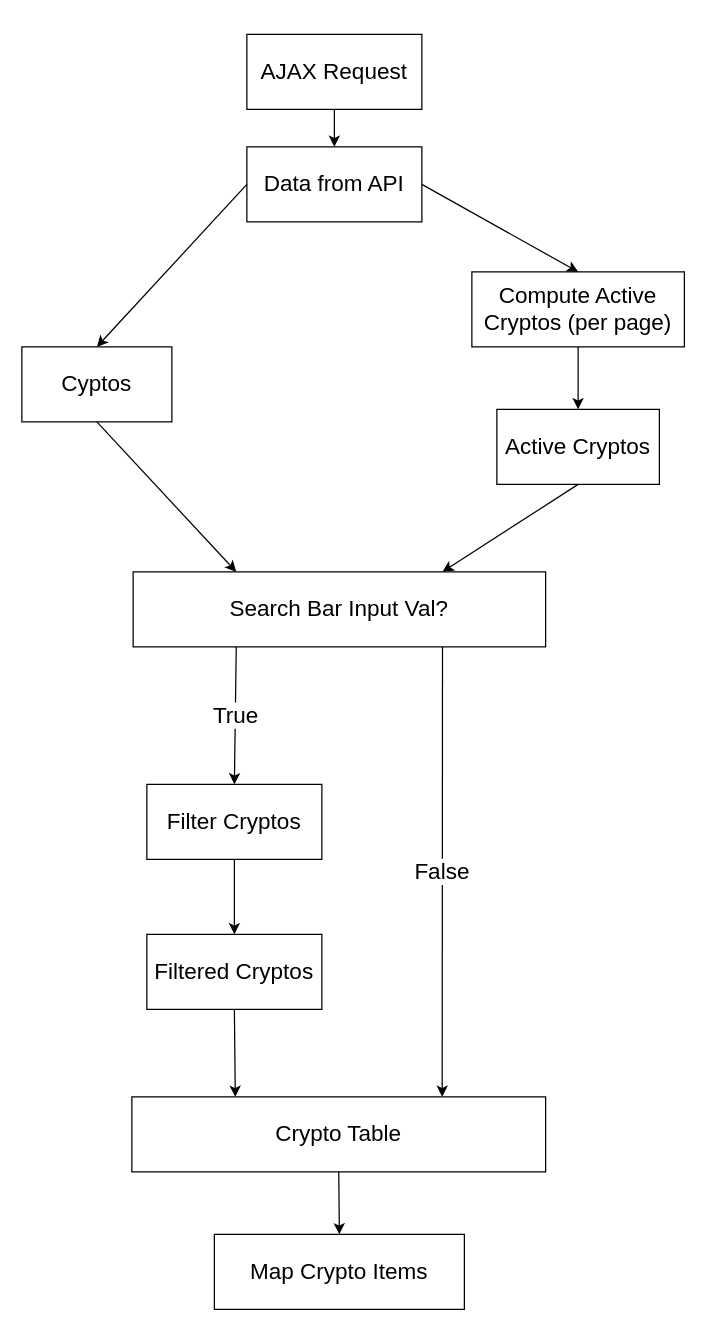
The draw.io diagram src/images/diagrams/api_data_flow.drawio in 0mppula/CoinCaps, before the edit. Source tidied: cells renumbered, new cells numbered last; positions are measured from the earlier drawing's top-left corner, leaving out a move shared by most shapes. Both pictures are drawn from the tidied source at 125%, with x=0, y=0 at pixel (21, 34).
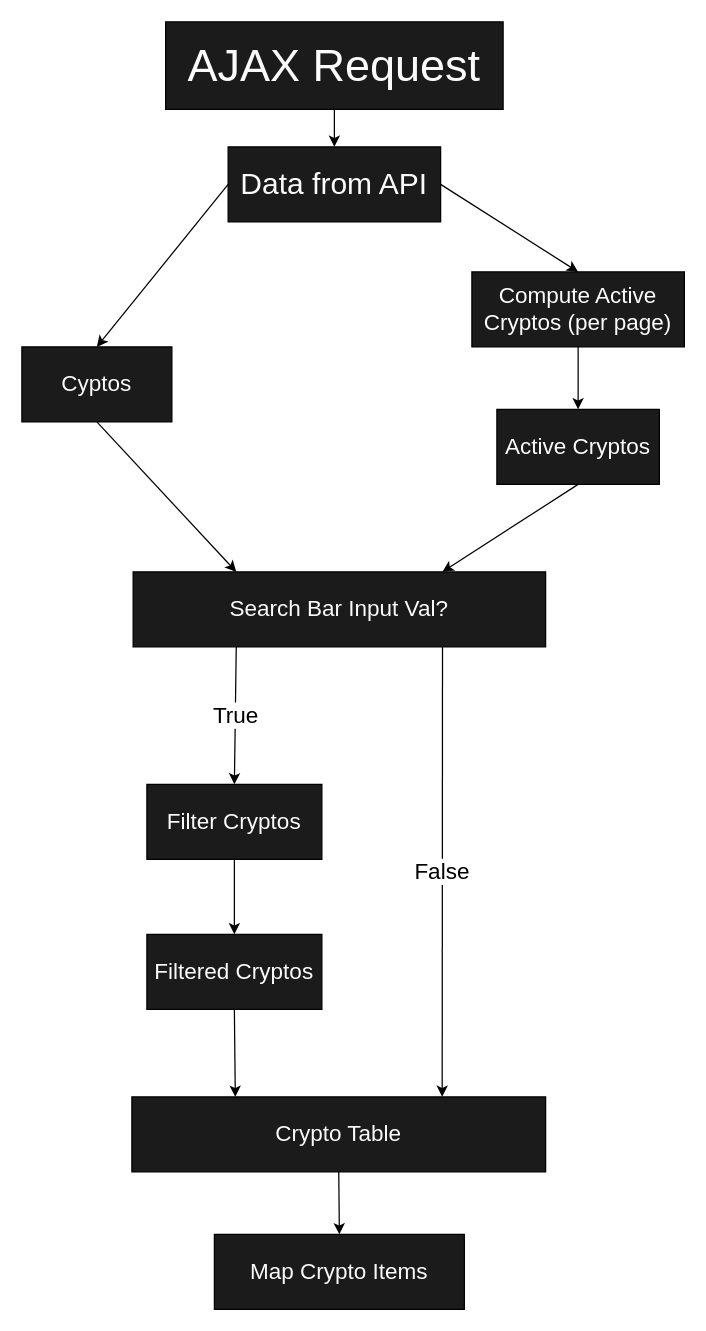
After the change.

Diff of the diagram source:
```diff
@@
-    <mxCell id="2" value="&lt;font style=&quot;font-size: 18px&quot;&gt;Data from API&lt;/font&gt;" style="rounded=0;whiteSpace=wrap;html=1;" parent="1" vertex="1">
-      <mxGeometry x="180" y="90" width="140" height="60" as="geometry" />
+    <mxCell id="2" value="&lt;font style=&quot;font-size: 24px&quot; color=&quot;#fbfbfb&quot;&gt;Data from API&lt;/font&gt;" style="rounded=0;whiteSpace=wrap;html=1;fontSize=20;fillColor=#1B1B1B;" parent="1" vertex="1">
+      <mxGeometry x="165" y="90" width="170" height="60" as="geometry" />
     </mxCell>
-    <mxCell id="3" value="&lt;font style=&quot;font-size: 18px&quot;&gt;Cyptos&lt;/font&gt;" style="rounded=0;whiteSpace=wrap;html=1;" parent="1" vertex="1">
+    <mxCell id="3" value="&lt;font style=&quot;font-size: 18px&quot; color=&quot;#fbfbfb&quot;&gt;Cyptos&lt;/font&gt;" style="rounded=0;whiteSpace=wrap;html=1;fillColor=#1B1B1B;" parent="1" vertex="1">
       <mxGeometry y="250" width="120" height="60" as="geometry" />
     </mxCell>
-    <mxCell id="4" value="&lt;font style=&quot;font-size: 18px&quot;&gt;Active Cryptos&lt;/font&gt;" style="rounded=0;whiteSpace=wrap;html=1;" parent="1" vertex="1">
+    <mxCell id="4" value="&lt;font style=&quot;font-size: 18px&quot; color=&quot;#fbfbfb&quot;&gt;Active Cryptos&lt;/font&gt;" style="rounded=0;whiteSpace=wrap;html=1;fillColor=#1B1B1B;" parent="1" vertex="1">
       <mxGeometry x="380" y="300" width="130" height="60" as="geometry" />
     </mxCell>
-    <mxCell id="5" value="&lt;font style=&quot;font-size: 18px&quot;&gt;Filtered Cryptos&lt;/font&gt;" style="rounded=0;whiteSpace=wrap;html=1;" parent="1" vertex="1">
+    <mxCell id="5" value="&lt;font style=&quot;font-size: 18px&quot; color=&quot;#fbfbfb&quot;&gt;Filtered Cryptos&lt;/font&gt;" style="rounded=0;whiteSpace=wrap;html=1;fillColor=#1B1B1B;" parent="1" vertex="1">
       <mxGeometry x="100" y="720" width="140" height="60" as="geometry" />
     </mxCell>
-    <mxCell id="6" value="&lt;font style=&quot;font-size: 18px&quot;&gt;Filter Cryptos&lt;/font&gt;" style="rounded=0;whiteSpace=wrap;html=1;" parent="1" vertex="1">
+    <mxCell id="6" value="&lt;font style=&quot;font-size: 18px&quot; color=&quot;#fbfbfb&quot;&gt;Filter Cryptos&lt;/font&gt;" style="rounded=0;whiteSpace=wrap;html=1;fillColor=#1B1B1B;" parent="1" vertex="1">
       <mxGeometry x="100" y="600" width="140" height="60" as="geometry" />
     </mxCell>
-    <mxCell id="7" value="&lt;font style=&quot;font-size: 18px&quot;&gt;Crypto Table&lt;/font&gt;" style="rounded=0;whiteSpace=wrap;html=1;" parent="1" vertex="1">
+    <mxCell id="7" value="&lt;font style=&quot;font-size: 18px&quot; color=&quot;#fbfbfb&quot;&gt;Crypto Table&lt;/font&gt;" style="rounded=0;whiteSpace=wrap;html=1;fillColor=#1B1B1B;" parent="1" vertex="1">
       <mxGeometry x="88" y="850" width="331" height="60" as="geometry" />
     </mxCell>
@@
-    <mxCell id="12" value="&lt;font style=&quot;font-size: 18px&quot;&gt;Search Bar Input Val?&lt;/font&gt;" style="rounded=0;whiteSpace=wrap;html=1;" parent="1" vertex="1">
+    <mxCell id="12" value="&lt;font style=&quot;font-size: 18px&quot; color=&quot;#fbfbfb&quot;&gt;Search Bar Input Val?&lt;/font&gt;" style="rounded=0;whiteSpace=wrap;html=1;fillColor=#1B1B1B;" parent="1" vertex="1">
       <mxGeometry x="89" y="430" width="330" height="60" as="geometry" />
     </mxCell>
@@
-    <mxCell id="17" value="&lt;font style=&quot;font-size: 18px&quot;&gt;Map Crypto Items&lt;/font&gt;" style="rounded=0;whiteSpace=wrap;html=1;" parent="1" vertex="1">
+    <mxCell id="17" value="&lt;font style=&quot;font-size: 18px&quot; color=&quot;#fbfbfb&quot;&gt;Map Crypto Items&lt;/font&gt;" style="rounded=0;whiteSpace=wrap;html=1;fillColor=#1B1B1B;" parent="1" vertex="1">
       <mxGeometry x="154" y="960" width="200" height="60" as="geometry" />
     </mxCell>
-    <mxCell id="18" value="&lt;font style=&quot;font-size: 18px&quot;&gt;Compute Active Cryptos (per page)&lt;/font&gt;" style="rounded=0;whiteSpace=wrap;html=1;" parent="1" vertex="1">
+    <mxCell id="18" value="&lt;font style=&quot;font-size: 18px&quot; color=&quot;#fbfbfb&quot;&gt;Compute Active Cryptos (per page)&lt;/font&gt;" style="rounded=0;whiteSpace=wrap;html=1;fillColor=#1B1B1B;" parent="1" vertex="1">
       <mxGeometry x="360" y="190" width="170" height="60" as="geometry" />
     </mxCell>
@@
-    <mxCell id="21" value="&lt;font style=&quot;font-size: 18px&quot;&gt;AJAX Request&lt;/font&gt;" style="rounded=0;whiteSpace=wrap;html=1;" parent="1" vertex="1">
-      <mxGeometry x="180" width="140" height="60" as="geometry" />
+    <mxCell id="21" value="&lt;font style=&quot;font-size: 36px&quot; color=&quot;#fbfbfb&quot;&gt;AJAX Request&lt;/font&gt;" style="rounded=0;whiteSpace=wrap;html=1;fillColor=#1B1B1B;" parent="1" vertex="1">
+      <mxGeometry x="115" y="-10" width="270" height="70" as="geometry" />
     </mxCell>
```
